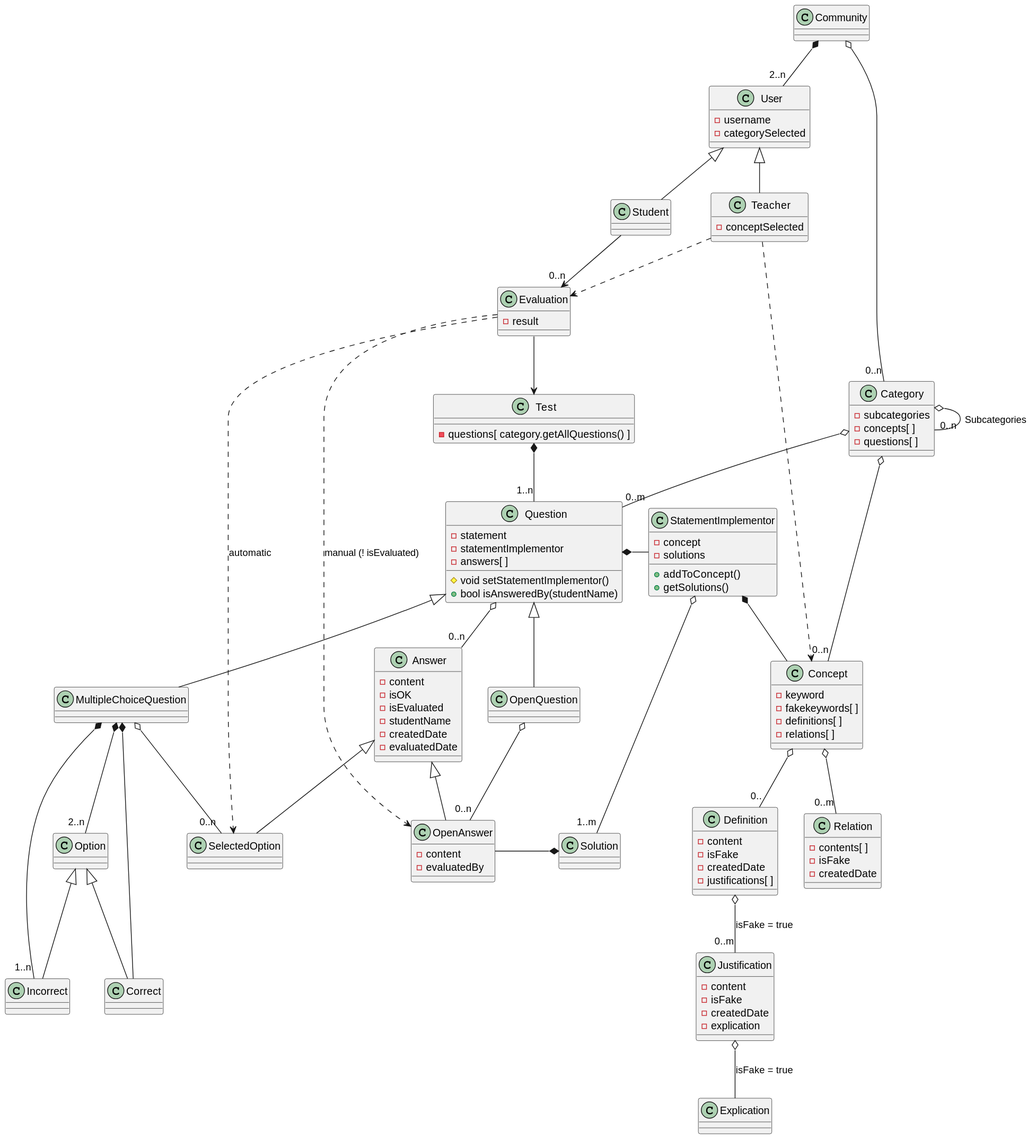
Above: out/doc/dominio_clases/OpoTestDomain.svg in Joselon/ProyectoOpoTest (PlantUML), before the change.
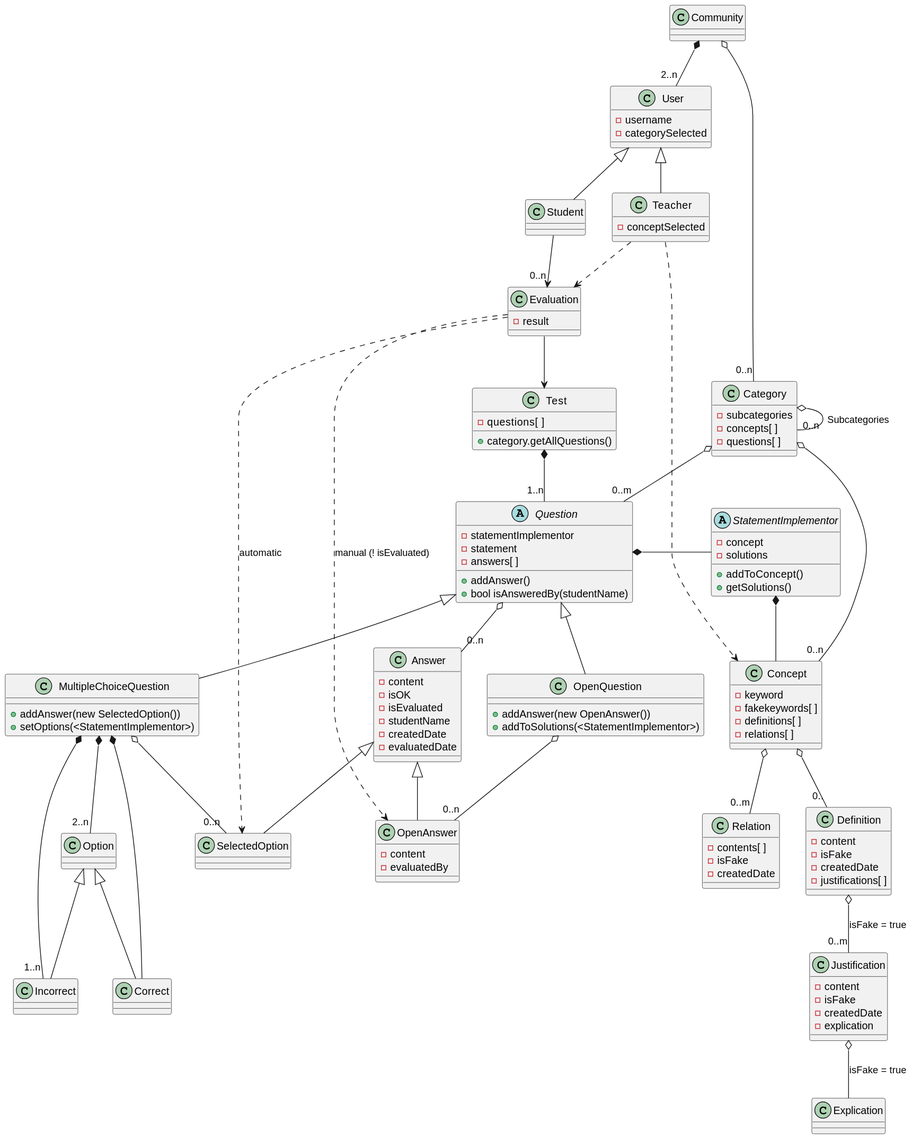
The same file after the commit.

Diff of the diagram source:
```diff
@@ -24,7 +24,8 @@
 }
 
 class Test {
-    - questions[ category.getAllQuestions() ]
+    - questions[  ]
+    + category.getAllQuestions()
 }
 
 class Concept {
@@ -55,17 +56,20 @@
     - createdDate
 }
 
-class Question {
+abstract class Question {
+    - statementImplementor
     - statement
-    - statementImplementor
     - answers[ ]
-    # void setStatementImplementor()
+
+    + addAnswer()
     + bool isAnsweredBy(studentName)
 }
 
-class StatementImplementor {
+abstract class StatementImplementor {
     - concept
     - solutions
+
+
     + addToConcept()
     + getSolutions()
 }
@@ -79,9 +83,15 @@
     - evaluatedDate
 }
 
-class MultipleChoiceQuestion
+class MultipleChoiceQuestion {
+    + addAnswer(new SelectedOption())
+     + setOptions(<StatementImplementor>)
+}
 
-class OpenQuestion
+class OpenQuestion {
+    + addAnswer(new OpenAnswer())
+    + addToSolutions(<StatementImplementor>)
+}
 
 class Option
 
@@ -137,7 +147,5 @@
 Question o--"0..n" Answer
 Answer <|-- OpenAnswer
 Answer <|-- SelectedOption
-OpenAnswer -* Solution
-StatementImplementor o--"1..m" Solution
 
 @enduml
```
